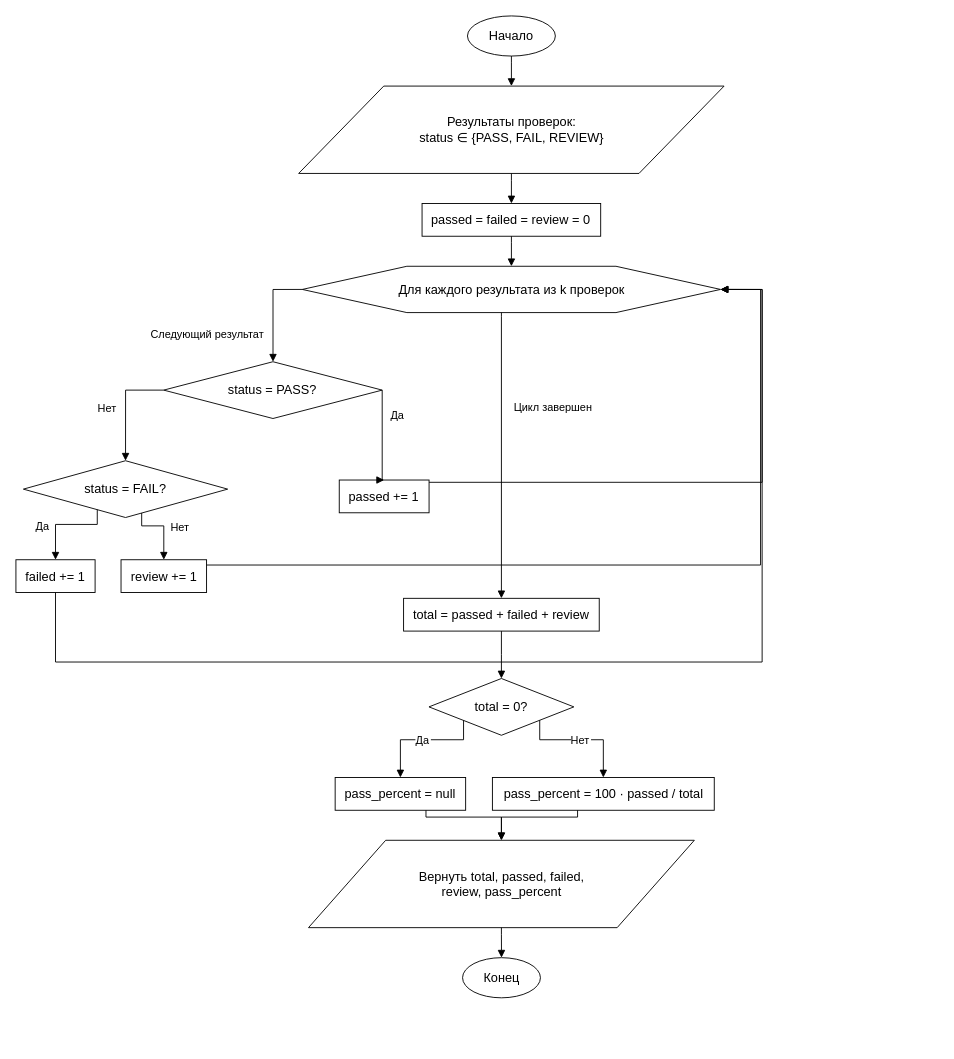
The draw.io diagram models/algo_2.drawio in gglev/haptic-qc-system, before the edit. Source tidied: cells renumbered, new cells numbered last; positions are measured from the earlier drawing's top-left corner, leaving out a move shared by most shapes. Both pictures are drawn from the tidied source at 91%, with x=0, y=0 at pixel (15, 15).
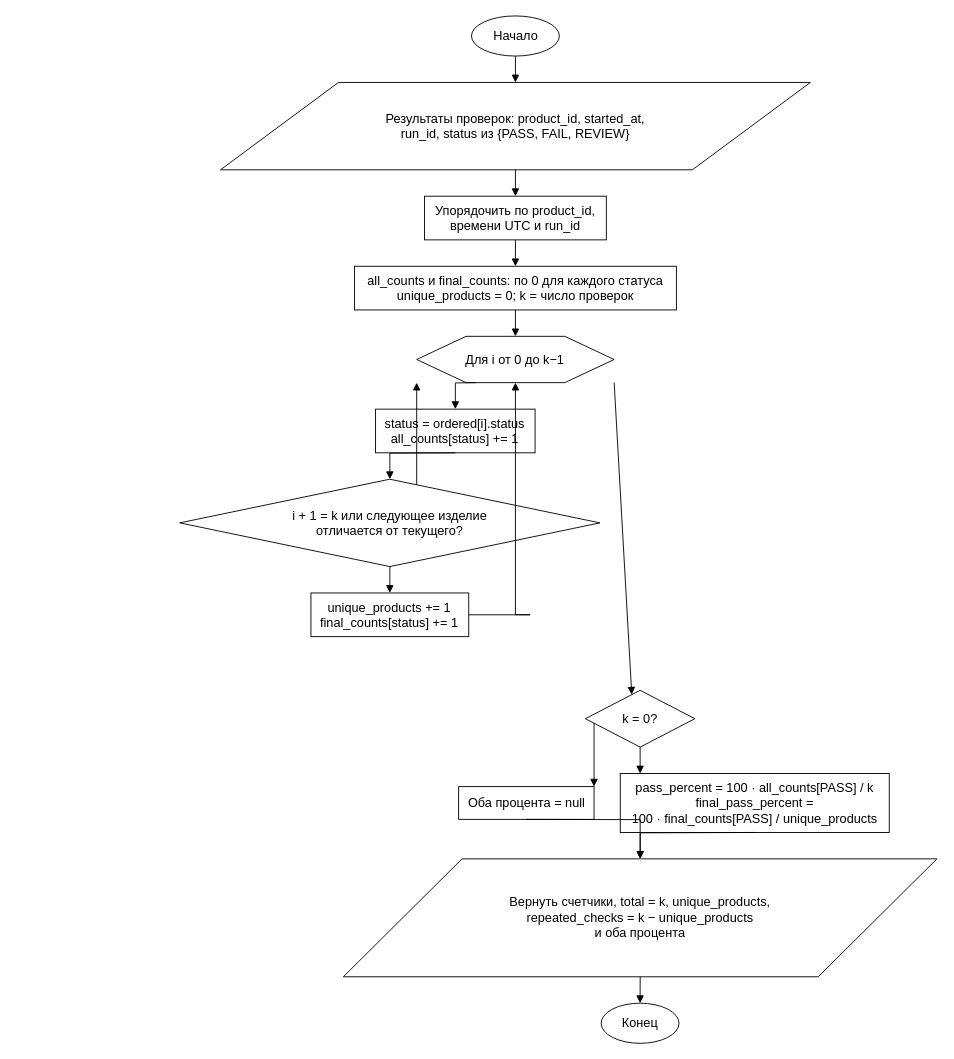
The same page after the edit.

Diff of the diagram source:
```diff
@@
     <mxCell id="2" value="Начало" style="ellipse;whiteSpace=wrap;html=0;fontFamily=Arial;fontSize=14;fillColor=#ffffff;strokeColor=#000000;fontColor=#000000;" parent="1" vertex="1">
-      <mxGeometry x="496.2" width="96.6" height="44.1" as="geometry" />
+      <mxGeometry x="500.6" width="96.6" height="44.1" as="geometry" />
     </mxCell>
-    <mxCell id="3" value="Результаты проверок:&#10;status ∈ {PASS, FAIL, REVIEW}" style="shape=parallelogram;whiteSpace=wrap;html=0;fontFamily=Arial;fontSize=14;fillColor=#ffffff;strokeColor=#000000;fontColor=#000000;" parent="1" vertex="1">
-      <mxGeometry x="310.7" y="77.1" width="467.5" height="96" as="geometry" />
+    <mxCell id="3" value="Результаты проверок: product_id, started_at,&#10;run_id, status из {PASS, FAIL, REVIEW}" style="shape=parallelogram;whiteSpace=wrap;html=0;fontFamily=Arial;fontSize=14;fillColor=#ffffff;strokeColor=#000000;fontColor=#000000;" parent="1" vertex="1">
+      <mxGeometry x="224.8" y="73.1" width="648.2" height="96" as="geometry" />
     </mxCell>
+    <mxCell id="35" value="Упорядочить по product_id,&#10;времени UTC и run_id" style="whiteSpace=wrap;html=0;fontFamily=Arial;fontSize=14;fillColor=#ffffff;strokeColor=#000000;fontColor=#000000;" parent="1" vertex="1">
+      <mxGeometry x="449" y="198.1" width="199.8" height="48" as="geometry" />
+    </mxCell>
-    <mxCell id="4" value="passed = failed = review = 0" style="whiteSpace=wrap;html=0;fontFamily=Arial;fontSize=14;fillColor=#ffffff;strokeColor=#000000;fontColor=#000000;" parent="1" vertex="1">
-      <mxGeometry x="446.3" y="206.1" width="196.3" height="36" as="geometry" />
+    <mxCell id="4" value="all_counts и final_counts: по 0 для каждого статуса&#10;unique_products = 0; k = число проверок" style="whiteSpace=wrap;html=0;fontFamily=Arial;fontSize=14;fillColor=#ffffff;strokeColor=#000000;fontColor=#000000;" parent="1" vertex="1">
+      <mxGeometry x="372" y="275.1" width="353.8" height="48" as="geometry" />
     </mxCell>
-    <mxCell id="5" value="Для каждого результата из k проверок" style="shape=hexagon;whiteSpace=wrap;html=0;fontFamily=Arial;fontSize=14;fillColor=#ffffff;strokeColor=#000000;fontColor=#000000;" parent="1" vertex="1">
-      <mxGeometry x="314.7" y="275.1" width="459.6" height="50.9" as="geometry" />
+    <mxCell id="5" value="Для i от 0 до k−1" style="shape=hexagon;whiteSpace=wrap;html=0;fontFamily=Arial;fontSize=14;fillColor=#ffffff;strokeColor=#000000;fontColor=#000000;" parent="1" vertex="1">
+      <mxGeometry x="440.4" y="352.1" width="217" height="50.9" as="geometry" />
     </mxCell>
-    <mxCell id="6" value="status = PASS?" style="rhombus;whiteSpace=wrap;html=0;fontFamily=Arial;fontSize=14;fillColor=#ffffff;strokeColor=#000000;fontColor=#000000;" parent="1" vertex="1">
-      <mxGeometry x="162.4" y="380" width="240.1" height="62.4" as="geometry" />
-    </mxCell>
-    <mxCell id="7" value="status = FAIL?" style="rhombus;whiteSpace=wrap;html=0;fontFamily=Arial;fontSize=14;fillColor=#ffffff;strokeColor=#000000;fontColor=#000000;" parent="1" vertex="1">
-      <mxGeometry x="8.2" y="488.8" width="224.5" height="62.4" as="geometry" />
-    </mxCell>
-    <mxCell id="8" value="passed += 1" style="whiteSpace=wrap;html=0;fontFamily=Arial;fontSize=14;fillColor=#ffffff;strokeColor=#000000;fontColor=#000000;" parent="1" vertex="1">
-      <mxGeometry x="355.3" y="510" width="98.7" height="36" as="geometry" />
-    </mxCell>
-    <mxCell id="9" value="failed += 1" style="whiteSpace=wrap;html=0;fontFamily=Arial;fontSize=14;fillColor=#ffffff;strokeColor=#000000;fontColor=#000000;" parent="1" vertex="1">
-      <mxGeometry y="597.6" width="87" height="36" as="geometry" />
-    </mxCell>
-    <mxCell id="10" value="review += 1" style="whiteSpace=wrap;html=0;fontFamily=Arial;fontSize=14;fillColor=#ffffff;strokeColor=#000000;fontColor=#000000;" parent="1" vertex="1">
-      <mxGeometry x="115.5" y="597.6" width="94" height="36" as="geometry" />
-    </mxCell>
-    <mxCell id="11" value="total = passed + failed + review" style="whiteSpace=wrap;html=0;fontFamily=Arial;fontSize=14;fillColor=#ffffff;strokeColor=#000000;fontColor=#000000;" parent="1" vertex="1">
-      <mxGeometry x="426" y="640" width="215" height="36" as="geometry" />
-    </mxCell>
+    <mxCell id="36" value="status = ordered[i].status&#10;all_counts[status] += 1" style="whiteSpace=wrap;html=0;fontFamily=Arial;fontSize=14;fillColor=#ffffff;strokeColor=#000000;fontColor=#000000;" parent="1" vertex="1">
+      <mxGeometry x="395.2" y="432.1" width="175.3" height="48" as="geometry" />
+    </mxCell>
+    <mxCell id="37" value="i + 1 = k или следующее изделие&#10;отличается от текущего?" style="rhombus;whiteSpace=wrap;html=0;fontFamily=Arial;fontSize=14;fillColor=#ffffff;strokeColor=#000000;fontColor=#000000;" parent="1" vertex="1">
+      <mxGeometry x="180" y="509.1" width="461.8" height="96" as="geometry" />
+    </mxCell>
+    <mxCell id="38" value="unique_products += 1&#10;final_counts[status] += 1" style="whiteSpace=wrap;html=0;fontFamily=Arial;fontSize=14;fillColor=#ffffff;strokeColor=#000000;fontColor=#000000;" parent="1" vertex="1">
+      <mxGeometry x="324.2" y="634.1" width="173.4" height="48" as="geometry" />
+    </mxCell>
-    <mxCell id="12" value="total = 0?" style="rhombus;whiteSpace=wrap;html=0;fontFamily=Arial;fontSize=14;fillColor=#ffffff;strokeColor=#000000;fontColor=#000000;" parent="1" vertex="1">
-      <mxGeometry x="453.9" y="728.1" width="159.2" height="62.4" as="geometry" />
+    <mxCell id="12" value="k = 0?" style="rhombus;whiteSpace=wrap;html=0;fontFamily=Arial;fontSize=14;fillColor=#ffffff;strokeColor=#000000;fontColor=#000000;" parent="1" vertex="1">
+      <mxGeometry x="625.8" y="741.1" width="120.3" height="62.4" as="geometry" />
     </mxCell>
-    <mxCell id="13" value="pass_percent = null" style="whiteSpace=wrap;html=0;fontFamily=Arial;fontSize=14;fillColor=#ffffff;strokeColor=#000000;fontColor=#000000;" parent="1" vertex="1">
-      <mxGeometry x="350.8" y="836.9" width="143.4" height="36" as="geometry" />
+    <mxCell id="13" value="Оба процента = null" style="whiteSpace=wrap;html=0;fontFamily=Arial;fontSize=14;fillColor=#ffffff;strokeColor=#000000;fontColor=#000000;" parent="1" vertex="1">
+      <mxGeometry x="486.5" y="846.9" width="148.8" height="36" as="geometry" />
     </mxCell>
-    <mxCell id="14" value="pass_percent = 100 · passed / total" style="whiteSpace=wrap;html=0;fontFamily=Arial;fontSize=14;fillColor=#ffffff;strokeColor=#000000;fontColor=#000000;" parent="1" vertex="1">
-      <mxGeometry x="523.6" y="836.9" width="243.8" height="36" as="geometry" />
+    <mxCell id="14" value="pass_percent = 100 · all_counts[PASS] / k&#10;final_pass_percent =&#10;100 · final_counts[PASS] / unique_products" style="whiteSpace=wrap;html=0;fontFamily=Arial;fontSize=14;fillColor=#ffffff;strokeColor=#000000;fontColor=#000000;" parent="1" vertex="1">
+      <mxGeometry x="664.1" y="832.5" width="295.6" height="64.8" as="geometry" />
     </mxCell>
-    <mxCell id="15" value="Вернуть total, passed, failed,&#10;review, pass_percent" style="shape=parallelogram;whiteSpace=wrap;html=0;fontFamily=Arial;fontSize=14;fillColor=#ffffff;strokeColor=#000000;fontColor=#000000;" parent="1" vertex="1">
-      <mxGeometry x="321.5" y="905.9" width="424" height="96" as="geometry" />
+    <mxCell id="15" value="Вернуть счетчики, total = k, unique_products,&#10;repeated_checks = k − unique_products&#10;и оба процента" style="shape=parallelogram;whiteSpace=wrap;html=0;fontFamily=Arial;fontSize=14;fillColor=#ffffff;strokeColor=#000000;fontColor=#000000;" parent="1" vertex="1">
+      <mxGeometry x="359.8" y="926.3" width="652.3" height="129.6" as="geometry" />
     </mxCell>
     <mxCell id="16" value="Конец" style="ellipse;whiteSpace=wrap;html=0;fontFamily=Arial;fontSize=14;fillColor=#ffffff;strokeColor=#000000;fontColor=#000000;" parent="1" vertex="1">
-      <mxGeometry x="490.8" y="1034.9" width="85.6" height="44.1" as="geometry" />
+      <mxGeometry x="643.1" y="1084.9" width="85.6" height="44.1" as="geometry" />
     </mxCell>
     <mxCell id="17" style="edgeStyle=orthogonalEdgeStyle;rounded=0;html=0;endArrow=block;endFill=1;strokeColor=#000000;fontFamily=Arial;fontSize=12;labelBackgroundColor=#ffffff;" parent="1" edge="1" source="2" target="3">
       <mxGeometry relative="1" as="geometry">
         <Array as="points">
-          <mxPoint x="544.5" y="50.8" />
+          <mxPoint x="548.9" y="44.5" />
         </Array>
       </mxGeometry>
     </mxCell>
-    <mxCell id="18" style="edgeStyle=orthogonalEdgeStyle;rounded=0;html=0;endArrow=block;endFill=1;strokeColor=#000000;fontFamily=Arial;fontSize=12;labelBackgroundColor=#ffffff;" parent="1" edge="1" source="3" target="4">
+    <mxCell id="18" style="edgeStyle=orthogonalEdgeStyle;rounded=0;html=0;endArrow=block;endFill=1;strokeColor=#000000;fontFamily=Arial;fontSize=12;labelBackgroundColor=#ffffff;" parent="1" edge="1" source="3" target="35">
       <mxGeometry relative="1" as="geometry">
         <Array as="points">
-          <mxPoint x="544.5" y="180.6" />
+          <mxPoint x="548.9" y="169.6" />
         </Array>
       </mxGeometry>
     </mxCell>
-    <mxCell id="19" style="edgeStyle=orthogonalEdgeStyle;rounded=0;html=0;endArrow=block;endFill=1;strokeColor=#000000;fontFamily=Arial;fontSize=12;labelBackgroundColor=#ffffff;" parent="1" edge="1" source="4" target="5">
+    <mxCell id="19" style="edgeStyle=orthogonalEdgeStyle;rounded=0;html=0;endArrow=block;endFill=1;strokeColor=#000000;fontFamily=Arial;fontSize=12;labelBackgroundColor=#ffffff;" parent="1" edge="1" source="35" target="4">
       <mxGeometry relative="1" as="geometry">
         <Array as="points">
-          <mxPoint x="544.5" y="248.7" />
+          <mxPoint x="548.9" y="246.5" />
         </Array>
       </mxGeometry>
     </mxCell>
-    <mxCell id="20" value="Следующий результат" style="edgeStyle=orthogonalEdgeStyle;rounded=0;html=0;endArrow=block;endFill=1;strokeColor=#000000;fontFamily=Arial;fontSize=12;labelBackgroundColor=#ffffff;exitX=0;exitY=0.5;exitDx=0;exitDy=0;" parent="1" edge="1" source="5" target="6">
-      <mxGeometry x="0.46" y="-72" relative="1" as="geometry" />
+    <mxCell id="20" style="edgeStyle=orthogonalEdgeStyle;rounded=0;html=0;endArrow=block;endFill=1;strokeColor=#000000;fontFamily=Arial;fontSize=12;labelBackgroundColor=#ffffff;" parent="1" edge="1" source="4" target="5">
+      <mxGeometry relative="1" as="geometry">
+        <Array as="points">
+          <mxPoint x="548.9" y="323.5" />
+        </Array>
+      </mxGeometry>
     </mxCell>
-    <mxCell id="21" value="Да" style="edgeStyle=orthogonalEdgeStyle;rounded=0;html=0;endArrow=block;endFill=1;strokeColor=#000000;fontFamily=Arial;fontSize=12;labelBackgroundColor=#ffffff;exitX=1;exitY=0.5;exitDx=0;exitDy=0;entryX=0.5;entryY=0;entryDx=0;entryDy=0;" parent="1" edge="1" source="6" target="8">
-      <mxGeometry x="-0.46" y="17" relative="1" as="geometry">
+    <mxCell id="21" style="edgeStyle=orthogonalEdgeStyle;rounded=0;html=0;endArrow=block;endFill=1;strokeColor=#000000;fontFamily=Arial;fontSize=12;labelBackgroundColor=#ffffff;" parent="1" edge="1" source="5" target="36">
+      <mxGeometry relative="1" as="geometry">
         <Array as="points">
-          <mxPoint x="402.5" y="510" />
+          <mxPoint x="505.5" y="403.3" />
         </Array>
       </mxGeometry>
     </mxCell>
-    <mxCell id="22" value="Нет" style="edgeStyle=orthogonalEdgeStyle;rounded=0;html=0;endArrow=block;endFill=1;strokeColor=#000000;fontFamily=Arial;fontSize=12;labelBackgroundColor=#ffffff;exitX=0;exitY=0.5;exitDx=0;exitDy=0;entryX=0.5;entryY=0;entryDx=0;entryDy=0;" parent="1" edge="1" source="6" target="7">
-      <mxGeometry x="0.02" y="-20" relative="1" as="geometry" />
+    <mxCell id="22" style="edgeStyle=orthogonalEdgeStyle;rounded=0;html=0;endArrow=block;endFill=1;strokeColor=#000000;fontFamily=Arial;fontSize=12;labelBackgroundColor=#ffffff;" parent="1" edge="1" source="36" target="37">
+      <mxGeometry relative="1" as="geometry">
+        <Array as="points">
+          <mxPoint x="482.9" y="480.5" />
+        </Array>
+      </mxGeometry>
     </mxCell>
-    <mxCell id="23" value="Да" style="edgeStyle=orthogonalEdgeStyle;rounded=0;html=0;endArrow=block;endFill=1;strokeColor=#000000;fontFamily=Arial;fontSize=12;labelBackgroundColor=#ffffff;" parent="1" edge="1" source="7" target="9">
-      <mxGeometry x="0.26" y="-14" relative="1" as="geometry">
+    <mxCell id="23" style="edgeStyle=orthogonalEdgeStyle;rounded=0;html=0;endArrow=block;endFill=1;strokeColor=#000000;fontFamily=Arial;fontSize=12;labelBackgroundColor=#ffffff;" parent="1" edge="1" source="37" target="38">
+      <mxGeometry relative="1" as="geometry">
         <Array as="points">
-          <mxPoint x="89.4" y="558.8" />
+          <mxPoint x="410.9" y="605.5" />
         </Array>
       </mxGeometry>
     </mxCell>
-    <mxCell id="24" value="Нет" style="edgeStyle=orthogonalEdgeStyle;rounded=0;html=0;endArrow=block;endFill=1;strokeColor=#000000;fontFamily=Arial;fontSize=12;labelBackgroundColor=#ffffff;" parent="1" edge="1" source="7" target="10">
-      <mxGeometry x="0.02" y="18" relative="1" as="geometry">
+    <mxCell id="24" style="edgeStyle=orthogonalEdgeStyle;rounded=0;html=0;endArrow=block;endFill=1;strokeColor=#000000;fontFamily=Arial;fontSize=12;labelBackgroundColor=#ffffff;" parent="1" edge="1" source="37" target="5">
+      <mxGeometry relative="1" as="geometry">
         <Array as="points">
-          <mxPoint x="138.2" y="560.4" />
+          <mxPoint x="606.1" y="549.4" />
         </Array>
       </mxGeometry>
     </mxCell>
-    <mxCell id="25" style="edgeStyle=orthogonalEdgeStyle;rounded=0;html=0;endArrow=block;endFill=1;strokeColor=#000000;fontFamily=Arial;fontSize=12;labelBackgroundColor=#ffffff;" parent="1" edge="1" source="8" target="5">
-      <mxGeometry x="-0.34" relative="1" as="geometry">
+    <mxCell id="25" style="edgeStyle=orthogonalEdgeStyle;rounded=0;html=0;endArrow=block;endFill=1;strokeColor=#000000;fontFamily=Arial;fontSize=12;labelBackgroundColor=#ffffff;" parent="1" edge="1" source="38" target="5">
+      <mxGeometry relative="1" as="geometry">
         <Array as="points">
-          <mxPoint x="820" y="512.5" />
-          <mxPoint x="820" y="300.6" />
+          <mxPoint x="565.1" y="658" />
+          <mxPoint x="647" y="658" />
         </Array>
       </mxGeometry>
     </mxCell>
-    <mxCell id="26" style="edgeStyle=orthogonalEdgeStyle;rounded=0;html=0;endArrow=block;endFill=1;strokeColor=#000000;fontFamily=Arial;fontSize=12;labelBackgroundColor=#ffffff;entryX=1;entryY=0.5;entryDx=0;entryDy=0;" parent="1" edge="1" source="9" target="5">
-      <mxGeometry x="-0.03" relative="1" as="geometry">
+    <mxCell id="26" style="edgeStyle=orthogonalEdgeStyle;rounded=0;html=0;endArrow=block;endFill=1;strokeColor=#000000;fontFamily=Arial;fontSize=12;labelBackgroundColor=#ffffff;" parent="1" edge="1" source="5" target="12">
+      <mxGeometry relative="1" as="geometry">
         <Array as="points">
-          <mxPoint x="43.5" y="710" />
-          <mxPoint x="820" y="710" />
-          <mxPoint x="820" y="300.6" />
+          <mxPoint x="652.2" y="380.5" />
         </Array>
       </mxGeometry>
     </mxCell>
-    <mxCell id="27" style="edgeStyle=orthogonalEdgeStyle;rounded=0;html=0;endArrow=block;endFill=1;strokeColor=#000000;fontFamily=Arial;fontSize=12;labelBackgroundColor=#ffffff;entryX=1;entryY=0.5;entryDx=0;entryDy=0;" parent="1" edge="1" source="10" target="5">
-      <mxGeometry x="0.21" relative="1" as="geometry">
+    <mxCell id="27" style="edgeStyle=orthogonalEdgeStyle;rounded=0;html=0;endArrow=block;endFill=1;strokeColor=#000000;fontFamily=Arial;fontSize=12;labelBackgroundColor=#ffffff;" parent="1" edge="1" source="12" target="13">
+      <mxGeometry relative="1" as="geometry">
         <Array as="points">
-          <mxPoint x="818.3" y="603.4" />
-          <mxPoint x="818.3" y="300.6" />
+          <mxPoint x="630.5" y="775" />
         </Array>
       </mxGeometry>
     </mxCell>
-    <mxCell id="28" value="Цикл завершен" style="edgeStyle=orthogonalEdgeStyle;rounded=0;html=0;endArrow=block;endFill=1;strokeColor=#000000;fontFamily=Arial;fontSize=12;labelBackgroundColor=#ffffff;" parent="1" edge="1" source="5" target="11">
-      <mxGeometry x="-0.34" y="57" relative="1" as="geometry">
+    <mxCell id="28" style="edgeStyle=orthogonalEdgeStyle;rounded=0;html=0;endArrow=block;endFill=1;strokeColor=#000000;fontFamily=Arial;fontSize=12;labelBackgroundColor=#ffffff;" parent="1" edge="1" source="12" target="14">
+      <mxGeometry relative="1" as="geometry">
         <Array as="points">
-          <mxPoint x="533.5" y="330" />
-          <mxPoint x="533.5" y="330" />
+          <mxPoint x="705.1" y="793.8" />
         </Array>
       </mxGeometry>
     </mxCell>
-    <mxCell id="29" style="edgeStyle=orthogonalEdgeStyle;rounded=0;html=0;endArrow=block;endFill=1;strokeColor=#000000;fontFamily=Arial;fontSize=12;labelBackgroundColor=#ffffff;" parent="1" edge="1" source="11" target="12">
+    <mxCell id="29" style="edgeStyle=orthogonalEdgeStyle;rounded=0;html=0;endArrow=block;endFill=1;strokeColor=#000000;fontFamily=Arial;fontSize=12;labelBackgroundColor=#ffffff;" parent="1" edge="1" source="13" target="15">
       <mxGeometry relative="1" as="geometry">
         <Array as="points">
-          <mxPoint x="533.5" y="701.6" />
+          <mxPoint x="560.9" y="883.2" />
         </Array>
       </mxGeometry>
     </mxCell>
-    <mxCell id="30" value="Да" style="edgeStyle=orthogonalEdgeStyle;rounded=0;html=0;endArrow=block;endFill=1;strokeColor=#000000;fontFamily=Arial;fontSize=12;labelBackgroundColor=#ffffff;" parent="1" edge="1" source="12" target="13">
+    <mxCell id="30" style="edgeStyle=orthogonalEdgeStyle;rounded=0;html=0;endArrow=block;endFill=1;strokeColor=#000000;fontFamily=Arial;fontSize=12;labelBackgroundColor=#ffffff;" parent="1" edge="1" source="14" target="15">
       <mxGeometry relative="1" as="geometry">
         <Array as="points">
-          <mxPoint x="491.9" y="795.4" />
+          <mxPoint x="811.9" y="897.7" />
         </Array>
       </mxGeometry>
     </mxCell>
-    <mxCell id="31" value="Нет" style="edgeStyle=orthogonalEdgeStyle;rounded=0;html=0;endArrow=block;endFill=1;strokeColor=#000000;fontFamily=Arial;fontSize=12;labelBackgroundColor=#ffffff;" parent="1" edge="1" source="12" target="14">
+    <mxCell id="31" style="edgeStyle=orthogonalEdgeStyle;rounded=0;html=0;endArrow=block;endFill=1;strokeColor=#000000;fontFamily=Arial;fontSize=12;labelBackgroundColor=#ffffff;" parent="1" edge="1" source="15" target="16">
       <mxGeometry relative="1" as="geometry">
         <Array as="points">
-          <mxPoint x="575.6" y="795.4" />
+          <mxPoint x="685.9" y="1056.1" />
         </Array>
       </mxGeometry>
     </mxCell>
-    <mxCell id="32" style="edgeStyle=orthogonalEdgeStyle;rounded=0;html=0;endArrow=block;endFill=1;strokeColor=#000000;fontFamily=Arial;fontSize=12;labelBackgroundColor=#ffffff;" parent="1" edge="1" source="13" target="15">
-      <mxGeometry relative="1" as="geometry">
-        <Array as="points">
-          <mxPoint x="450.6" y="880.4" />
-        </Array>
-      </mxGeometry>
-    </mxCell>
-    <mxCell id="33" style="edgeStyle=orthogonalEdgeStyle;rounded=0;html=0;endArrow=block;endFill=1;strokeColor=#000000;fontFamily=Arial;fontSize=12;labelBackgroundColor=#ffffff;" parent="1" edge="1" source="14" target="15">
-      <mxGeometry relative="1" as="geometry">
-        <Array as="points">
-          <mxPoint x="617.2" y="880.4" />
-        </Array>
-      </mxGeometry>
-    </mxCell>
-    <mxCell id="34" style="edgeStyle=orthogonalEdgeStyle;rounded=0;html=0;endArrow=block;endFill=1;strokeColor=#000000;fontFamily=Arial;fontSize=12;labelBackgroundColor=#ffffff;" parent="1" edge="1" source="15" target="16">
-      <mxGeometry relative="1" as="geometry">
-        <Array as="points">
-          <mxPoint x="533.5" y="1009.2" />
-        </Array>
-      </mxGeometry>
-    </mxCell>
```
